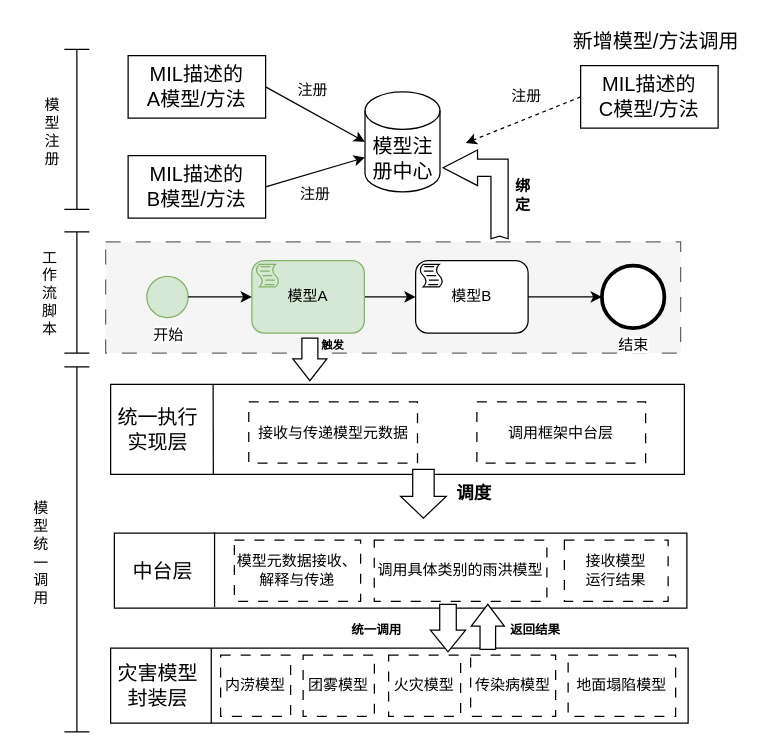
liujing-maker/IDEA keeps this draw.io diagram as page "第 8 页" (8 of 8) of 模型接口语言注册.drawio. Above is the earlier version. Source tidied: cells renumbered, new cells numbered last; positions are measured from the earlier drawing's top-left corner, leaving out a move shared by most shapes. Both pictures are drawn from the tidied source at 125%, with x=0, y=0 at pixel (21, 21).
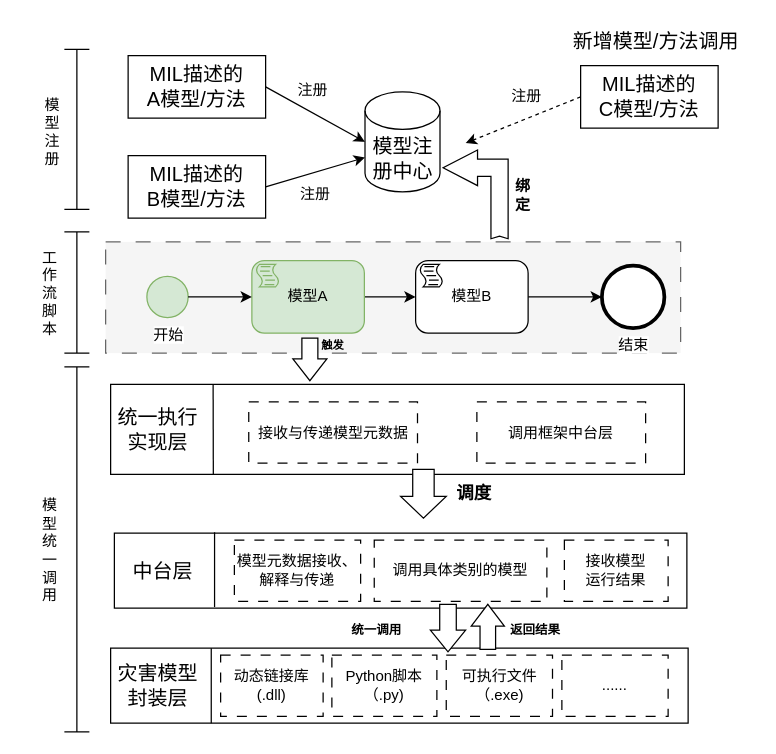
The same diagram, later.

Commit message:
更新模型接口语言注册.drawio

What changed in the source:
```diff
@@
     <mxCell id="16" value="模&lt;div&gt;型&lt;/div&gt;&lt;div&gt;统&lt;/div&gt;&lt;div&gt;一&lt;/div&gt;&lt;div&gt;调&lt;/div&gt;&lt;div&gt;用&lt;/div&gt;" style="text;html=1;align=center;verticalAlign=middle;strokeColor=none;fillColor=none;" parent="1" vertex="1">
-      <mxGeometry y="376" width="30" height="98" as="geometry" />
+      <mxGeometry x="7" y="374" width="30" height="98" as="geometry" />
     </mxCell>
@@
-    <mxCell id="43" value="&lt;div&gt;调用具体类别的雨洪模型&lt;/div&gt;" style="rounded=0;whiteSpace=wrap;html=1;dashed=1;dashPattern=8 8;" parent="1" vertex="1">
+    <mxCell id="43" value="&lt;div&gt;调用具体类别的模型&lt;/div&gt;" style="rounded=0;whiteSpace=wrap;html=1;dashed=1;dashPattern=8 8;" parent="1" vertex="1">
       <mxGeometry x="281.9" y="414.5" width="138.1" height="49" as="geometry" />
     </mxCell>
@@
-    <mxCell id="46" value="内涝模型" style="rounded=0;whiteSpace=wrap;html=1;dashed=1;dashPattern=8 8;" parent="1" vertex="1">
-      <mxGeometry x="159" y="506.5" width="56" height="49" as="geometry" />
+    <mxCell id="46" value="动态链接库&lt;div&gt;(.dll)&lt;/div&gt;" style="rounded=0;whiteSpace=wrap;html=1;dashed=1;dashPattern=8 8;" parent="1" vertex="1">
+      <mxGeometry x="159" y="506.5" width="82" height="49" as="geometry" />
     </mxCell>
-    <mxCell id="47" value="传染病模型" style="rounded=0;whiteSpace=wrap;html=1;dashed=1;dashPattern=8 8;" parent="1" vertex="1">
-      <mxGeometry x="359" y="506.5" width="68" height="49" as="geometry" />
+    <mxCell id="47" value="可执行文件（.exe)" style="rounded=0;whiteSpace=wrap;html=1;dashed=1;dashPattern=8 8;" parent="1" vertex="1">
+      <mxGeometry x="339.5" y="506.5" width="85" height="49" as="geometry" />
     </mxCell>
-    <mxCell id="48" value="团雾模型" style="rounded=0;whiteSpace=wrap;html=1;dashed=1;dashPattern=8 8;" parent="1" vertex="1">
-      <mxGeometry x="225" y="506.5" width="57" height="49" as="geometry" />
-    </mxCell>
-    <mxCell id="49" value="地面&lt;span style=&quot;background-color: initial;&quot;&gt;塌陷模型&lt;/span&gt;" style="rounded=0;whiteSpace=wrap;html=1;dashed=1;dashPattern=8 8;" parent="1" vertex="1">
-      <mxGeometry x="437" y="506.5" width="86" height="49" as="geometry" />
-    </mxCell>
@@
-    <mxCell id="55" value="火灾模型" style="rounded=0;whiteSpace=wrap;html=1;dashed=1;dashPattern=8 8;" parent="1" vertex="1">
-      <mxGeometry x="293.4" y="506.5" width="57.6" height="49" as="geometry" />
+    <mxCell id="55" value="Python脚本&lt;div&gt;（.py)&lt;/div&gt;" style="rounded=0;whiteSpace=wrap;html=1;dashed=1;dashPattern=8 8;" parent="1" vertex="1">
+      <mxGeometry x="248" y="506.5" width="84" height="49" as="geometry" />
     </mxCell>
-    <mxCell id="56" style="edgeStyle=none;curved=1;rounded=0;orthogonalLoop=1;jettySize=auto;html=1;entryX=1;entryY=0.5;entryDx=0;entryDy=0;fontSize=12;startSize=8;endSize=8;" parent="1" edge="1" source="48" target="48">
-      <mxGeometry relative="1" as="geometry" />
+    <mxCell id="56" style="edgeStyle=none;curved=1;rounded=0;orthogonalLoop=1;jettySize=auto;html=1;entryX=1;entryY=0.5;entryDx=0;entryDy=0;fontSize=12;startSize=8;endSize=8;" parent="1" edge="1">
+      <mxGeometry relative="1" as="geometry">
+        <mxPoint x="282" y="531" as="sourcePoint" />
+        <mxPoint x="282" y="531" as="targetPoint" />
+      </mxGeometry>
     </mxCell>
+    <mxCell id="57" value="......" style="rounded=0;whiteSpace=wrap;html=1;dashed=1;dashPattern=8 8;" parent="1" vertex="1">
+      <mxGeometry x="432" y="506.5" width="85" height="49" as="geometry" />
+    </mxCell>
```
